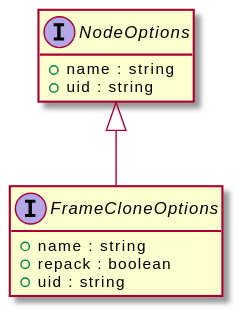
Above: assets/FrameCloneOptions-umlClassDiagram-11645.svg in OpenHPS/openhps-core (PlantUML), before the change. The source it was exported from:
```plantuml
@startuml
skinparam BackgroundColor transparent
hide empty methods
hide empty fields
interface "FrameCloneOptions" {
    +name : string
    +repack : boolean
    +uid : string
}
interface "NodeOptions" {
    +name : string
    +uid : string
}
"NodeOptions" <|-- "FrameCloneOptions"
@enduml
```
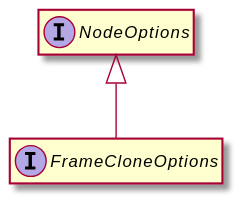
The same file after the commit.

What changed in the source:
```diff
@@ -3,13 +3,8 @@
 hide empty methods
 hide empty fields
 interface "FrameCloneOptions" {
-    +name : string
-    +repack : boolean
-    +uid : string
 }
 interface "NodeOptions" {
-    +name : string
-    +uid : string
 }
 "NodeOptions" <|-- "FrameCloneOptions"
 @enduml
```
